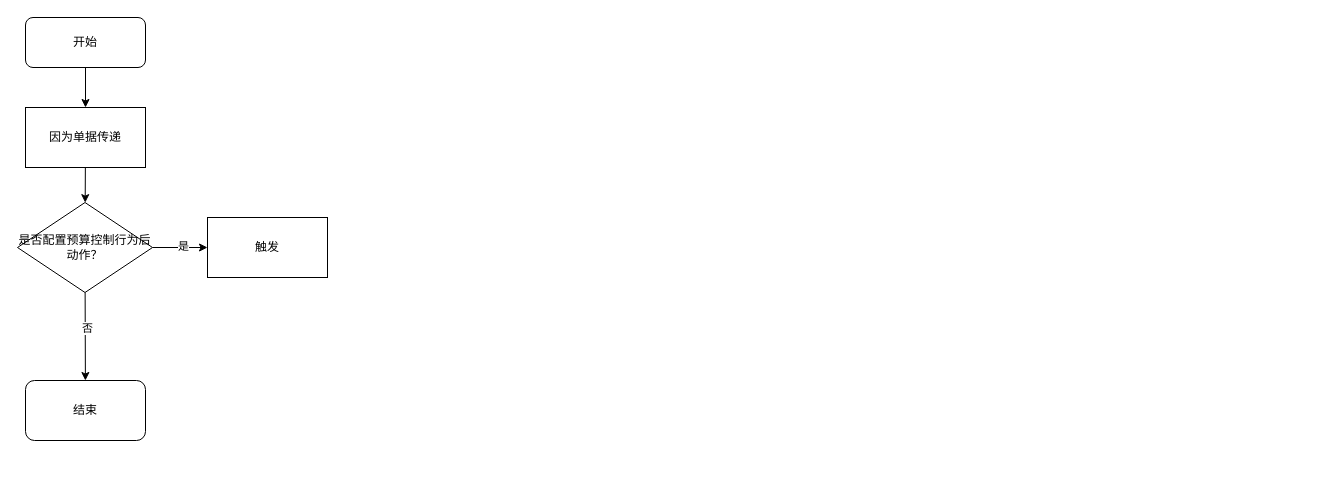
The draw.io diagram page "流程图" (1 of 2) of 获取取数设置.drawio in jeffers3n/dev-diagrams, before the edit. Source tidied: cells renumbered, new cells numbered last; positions are measured from the earlier drawing's top-left corner, leaving out a move shared by most shapes. Both pictures are drawn from the tidied source at 100%, with x=0, y=0 at pixel (17, 17).
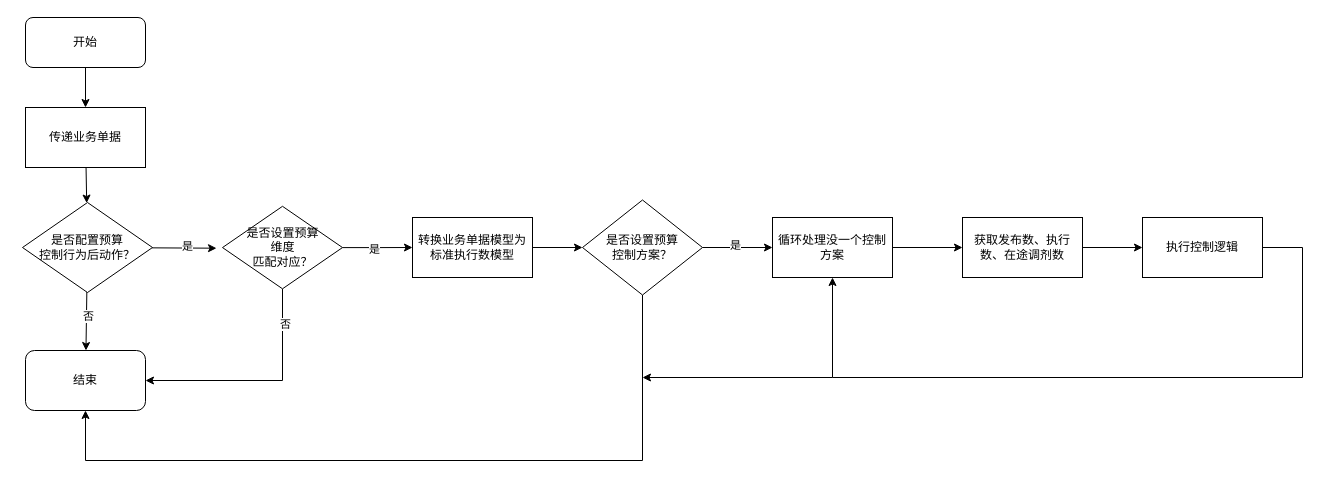
The same diagram, later.

Change to the diagram source:
```diff
@@
-    <mxCell id="6" style="edgeStyle=none;rounded=0;jettySize=auto;html=1;" parent="1" edge="1" source="8" target="10">
+    <mxCell id="6" style="edgeStyle=none;rounded=0;jettySize=auto;html=1;entryX=-0.05;entryY=0.508;entryDx=0;entryDy=0;entryPerimeter=0;" parent="1" edge="1" source="8" target="17">
       <mxGeometry relative="1" as="geometry" />
     </mxCell>
@@
-    <mxCell id="8" value="是否配置预算控制行为后动作？" style="rhombus;whiteSpace=wrap;html=1;" parent="1" vertex="1">
-      <mxGeometry y="185" width="135" height="90" as="geometry" />
+    <mxCell id="8" value="是否配置预算&lt;br&gt;控制行为后动作？" style="rhombus;whiteSpace=wrap;html=1;" parent="1" vertex="1">
+      <mxGeometry x="5" y="185" width="130" height="90" as="geometry" />
     </mxCell>
     <mxCell id="9" value="结束" style="rounded=1;whiteSpace=wrap;html=1;" parent="1" vertex="1">
-      <mxGeometry x="8" y="363" width="120" height="60" as="geometry" />
+      <mxGeometry x="8" y="333" width="120" height="60" as="geometry" />
     </mxCell>
-    <mxCell id="10" value="触发" style="whiteSpace=wrap;html=1;fillColor=rgb(255, 255, 255);strokeColor=rgb(0, 0, 0);fontColor=rgb(0, 0, 0);" parent="1" vertex="1">
-      <mxGeometry x="190" y="200" width="120" height="60" as="geometry" />
-    </mxCell>
@@
-    <mxCell id="12" value="因为单据传递" style="rounded=0;whiteSpace=wrap;html=1;" parent="1" vertex="1">
+    <mxCell id="12" value="传递业务单据" style="rounded=0;whiteSpace=wrap;html=1;" parent="1" vertex="1">
       <mxGeometry x="8" y="90" width="120" height="60" as="geometry" />
     </mxCell>
+    <mxCell id="13" style="edgeStyle=orthogonalEdgeStyle;rounded=0;jettySize=auto;html=1;" parent="1" edge="1" source="17" target="19">
+      <mxGeometry relative="1" as="geometry" />
+    </mxCell>
+    <mxCell id="14" value="是" style="edgeLabel;html=1;align=center;verticalAlign=middle;" parent="13" vertex="1">
+      <mxGeometry x="-0.1" y="-1" relative="1" as="geometry" />
+    </mxCell>
+    <mxCell id="15" style="edgeStyle=orthogonalEdgeStyle;rounded=0;jettySize=auto;html=1;exitX=0.5;exitY=1;exitDx=0;exitDy=0;entryX=1;entryY=0.5;entryDx=0;entryDy=0;" parent="1" edge="1" source="17" target="9">
+      <mxGeometry relative="1" as="geometry" />
+    </mxCell>
+    <mxCell id="16" value="否" style="edgeLabel;html=1;align=center;verticalAlign=middle;" parent="15" vertex="1">
+      <mxGeometry x="-0.69" y="2" relative="1" as="geometry" />
+    </mxCell>
+    <mxCell id="17" value="是否设置预算&lt;br&gt;维度&lt;br&gt;匹配对应？" style="shape=rhombus;html=1;dashed=0;whitespace=wrap;perimeter=rhombusPerimeter;" parent="1" vertex="1">
+      <mxGeometry x="205" y="188.8" width="120" height="82.5" as="geometry" />
+    </mxCell>
+    <mxCell id="18" style="edgeStyle=orthogonalEdgeStyle;rounded=0;jettySize=auto;html=1;" parent="1" edge="1" source="19" target="23">
+      <mxGeometry relative="1" as="geometry" />
+    </mxCell>
+    <mxCell id="19" value="转换业务单据模型为标准执行数模型" style="whiteSpace=wrap;html=1;dashed=0;" parent="1" vertex="1">
+      <mxGeometry x="395" y="200" width="120" height="60" as="geometry" />
+    </mxCell>
+    <mxCell id="20" style="edgeStyle=orthogonalEdgeStyle;rounded=0;jettySize=auto;html=1;entryX=0.5;entryY=1;entryDx=0;entryDy=0;exitX=0.5;exitY=1;exitDx=0;exitDy=0;" parent="1" edge="1" source="23" target="9">
+      <mxGeometry relative="1" as="geometry">
+        <Array as="points">
+          <mxPoint x="625" y="443" />
+          <mxPoint x="68" y="443" />
+        </Array>
+      </mxGeometry>
+    </mxCell>
+    <mxCell id="21" style="edgeStyle=orthogonalEdgeStyle;rounded=0;jettySize=auto;html=1;" parent="1" edge="1" source="23" target="25">
+      <mxGeometry relative="1" as="geometry" />
+    </mxCell>
+    <mxCell id="22" value="是" style="edgeLabel;html=1;align=center;verticalAlign=middle;" parent="21" vertex="1">
+      <mxGeometry x="-0.09" y="3" relative="1" as="geometry" />
+    </mxCell>
+    <mxCell id="23" value="是否设置预算&lt;br&gt;控制方案？" style="rhombus;whiteSpace=wrap;html=1;dashed=0;" parent="1" vertex="1">
+      <mxGeometry x="565" y="182.5" width="120" height="95" as="geometry" />
+    </mxCell>
+    <mxCell id="24" style="edgeStyle=orthogonalEdgeStyle;rounded=0;jettySize=auto;html=1;" parent="1" edge="1" source="25" target="27">
+      <mxGeometry relative="1" as="geometry" />
+    </mxCell>
+    <mxCell id="25" value="循环处理没一个控制方案" style="whiteSpace=wrap;html=1;dashed=0;rounded=0;glass=0;sketch=0;shadow=0;" parent="1" vertex="1">
+      <mxGeometry x="755" y="200" width="120" height="60" as="geometry" />
+    </mxCell>
+    <mxCell id="26" style="edgeStyle=orthogonalEdgeStyle;rounded=0;jettySize=auto;html=1;" parent="1" edge="1" source="27" target="29">
+      <mxGeometry relative="1" as="geometry" />
+    </mxCell>
+    <mxCell id="27" value="获取发布数、执行数、在途调剂数" style="whiteSpace=wrap;html=1;dashed=0;" parent="1" vertex="1">
+      <mxGeometry x="945" y="200" width="120" height="60" as="geometry" />
+    </mxCell>
+    <mxCell id="28" style="edgeStyle=orthogonalEdgeStyle;rounded=0;jettySize=auto;html=1;entryX=0.5;entryY=1;entryDx=0;entryDy=0;exitX=1;exitY=0.5;exitDx=0;exitDy=0;" parent="1" edge="1" source="29" target="25">
+      <mxGeometry relative="1" as="geometry">
+        <Array as="points">
+          <mxPoint x="1285" y="230" />
+          <mxPoint x="1285" y="360" />
+          <mxPoint x="815" y="360" />
+        </Array>
+      </mxGeometry>
+    </mxCell>
+    <mxCell id="29" value="执行控制逻辑" style="whiteSpace=wrap;html=1;dashed=0;" parent="1" vertex="1">
+      <mxGeometry x="1125" y="200" width="120" height="60" as="geometry" />
+    </mxCell>
+    <mxCell id="30" style="endArrow=classic;html=1;rounded=0;" parent="1" edge="1">
+      <mxGeometry relative="1" as="geometry">
+        <mxPoint x="815" y="360" as="sourcePoint" />
+        <mxPoint x="625" y="360" as="targetPoint" />
+      </mxGeometry>
+    </mxCell>
```
